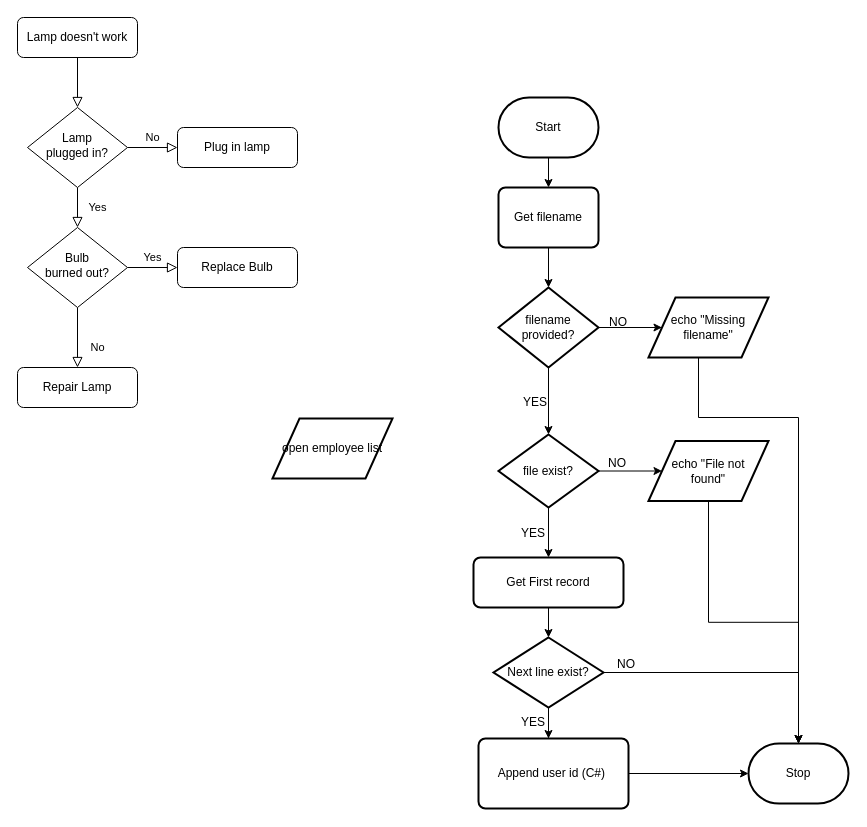
Earlier version of the draw.io diagram ICS126 Lab06 Bash.drawio (hazelisles/hazelisles). Source tidied: cells renumbered, new cells numbered last; positions are measured from the earlier drawing's top-left corner, leaving out a move shared by most shapes. Both pictures are drawn from the tidied source at 100%, with x=0, y=0 at pixel (17, 17).
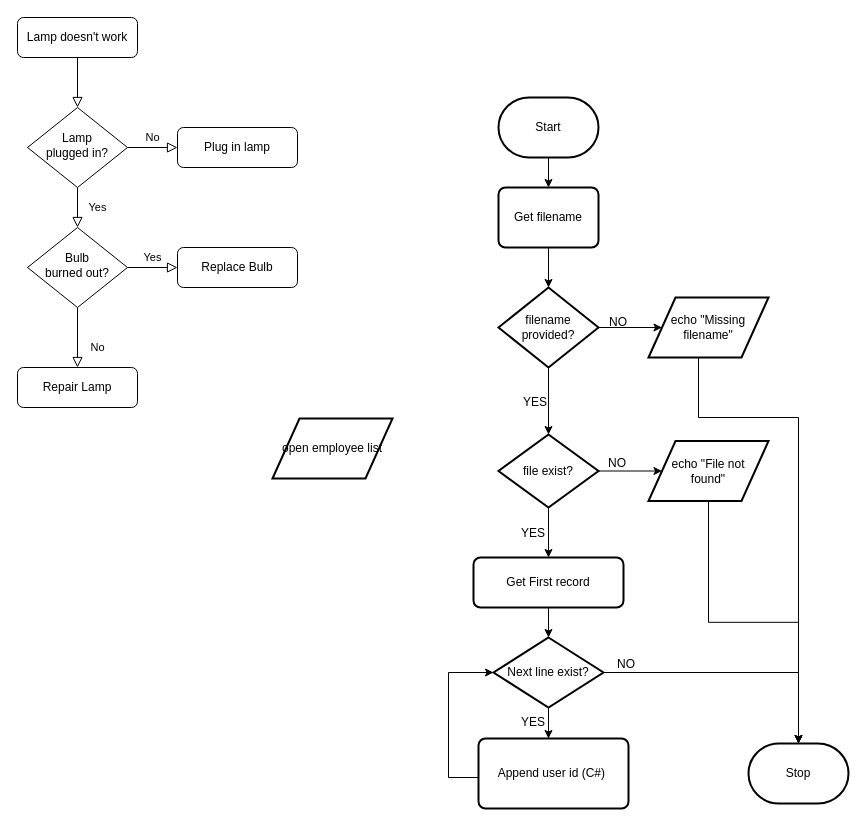
After the change.

The change refers to these unchanged cells:
```xml
<mxCell id="31" value="Append user id (C#)&amp;nbsp;" style="rounded=1;whiteSpace=wrap;html=1;absoluteArcSize=1;arcSize=14;strokeWidth=2;" parent="1" vertex="1">
  <mxGeometry x="461" y="721" width="150" height="70" as="geometry" />
</mxCell>
<mxCell id="33" value="Stop" style="strokeWidth=2;html=1;shape=mxgraph.flowchart.terminator;whiteSpace=wrap;" parent="1" vertex="1">
  <mxGeometry x="731" y="726" width="100" height="60" as="geometry" />
</mxCell>
<mxCell id="39" value="Next line exist?" style="strokeWidth=2;html=1;shape=mxgraph.flowchart.decision;whiteSpace=wrap;rounded=0;" parent="1" vertex="1">
  <mxGeometry x="476" y="620" width="110" height="70" as="geometry" />
</mxCell>
```

The edit, as a diff of the source:
```diff
@@
-    <mxCell id="30" style="edgeStyle=orthogonalEdgeStyle;rounded=0;jettySize=auto;html=1;" parent="1" edge="1" source="31" target="33">
-      <mxGeometry relative="1" as="geometry" />
-    </mxCell>
+    <mxCell id="42" style="edgeStyle=elbowEdgeStyle;rounded=0;jettySize=auto;html=1;entryX=0;entryY=0.5;entryDx=0;entryDy=0;entryPerimeter=0;" parent="1" edge="1" source="31" target="39">
+      <mxGeometry relative="1" as="geometry">
+        <Array as="points">
+          <mxPoint x="431" y="760" />
+          <mxPoint x="431" y="690" />
+        </Array>
+      </mxGeometry>
+    </mxCell>
```
